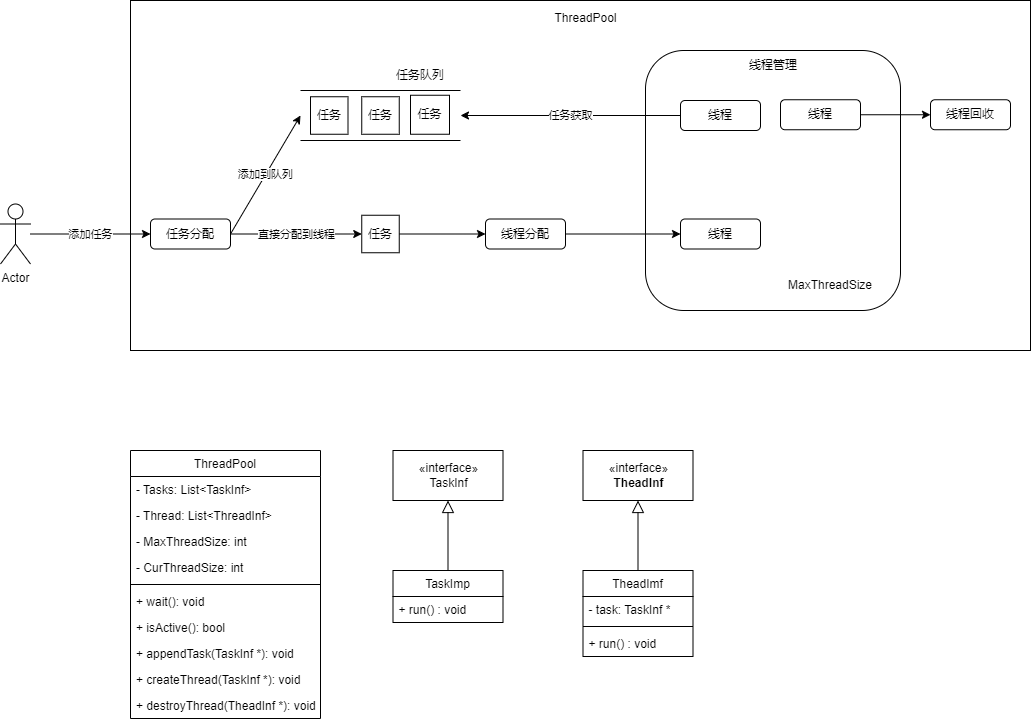
Before: doc/img/c_skill/threadpool.drawio.png, a diagram exported from draw.io (su-dd/learning). Source tidied: cells renumbered, new cells last; positions are measured from the earlier drawing's top-left corner, leaving out a move shared by most shapes. Its diagram source:
```xml
<mxGraphModel>
  <root>
    <mxCell id="0" />
    <mxCell id="1" parent="0" />
    <mxCell id="2" style="rounded=0;whiteSpace=wrap;html=1;" parent="1" vertex="1">
      <mxGeometry x="130" width="900" height="350" as="geometry" />
    </mxCell>
    <mxCell id="3" value="添加任务" style="edgeStyle=none;html=1;" parent="1" edge="1" source="4" target="10">
      <mxGeometry relative="1" as="geometry" />
    </mxCell>
    <mxCell id="4" value="Actor" style="shape=umlActor;verticalLabelPosition=bottom;verticalAlign=top;html=1;outlineConnect=0;" parent="1" vertex="1">
      <mxGeometry y="203.5" width="30" height="60" as="geometry" />
    </mxCell>
    <mxCell id="5" style="rounded=1;whiteSpace=wrap;html=1;" parent="1" vertex="1">
      <mxGeometry x="645" y="50" width="255" height="260" as="geometry" />
    </mxCell>
    <mxCell id="6" value="线程" style="rounded=1;whiteSpace=wrap;html=1;" parent="1" vertex="1">
      <mxGeometry x="680" y="100" width="80" height="30" as="geometry" />
    </mxCell>
    <mxCell id="7" value="线程" style="rounded=1;whiteSpace=wrap;html=1;" parent="1" vertex="1">
      <mxGeometry x="780" y="99.2" width="80" height="30" as="geometry" />
    </mxCell>
    <mxCell id="8" value="线程" style="rounded=1;whiteSpace=wrap;html=1;" parent="1" vertex="1">
      <mxGeometry x="680" y="218.5" width="80" height="30" as="geometry" />
    </mxCell>
    <mxCell id="9" value="线程管理" style="text;html=1;strokeColor=none;fillColor=none;align=center;verticalAlign=middle;whiteSpace=wrap;rounded=0;" parent="1" vertex="1">
      <mxGeometry x="742.5" y="50" width="60" height="30" as="geometry" />
    </mxCell>
    <mxCell id="10" value="任务分配" style="rounded=1;whiteSpace=wrap;html=1;" parent="1" vertex="1">
      <mxGeometry x="150" y="218.5" width="80" height="30" as="geometry" />
    </mxCell>
    <mxCell id="11" style="edgeStyle=none;html=1;" parent="1" edge="1" source="12" target="8">
      <mxGeometry relative="1" as="geometry" />
    </mxCell>
    <mxCell id="12" value="线程分配" style="rounded=1;whiteSpace=wrap;html=1;" parent="1" vertex="1">
      <mxGeometry x="485" y="218.5" width="80" height="30" as="geometry" />
    </mxCell>
    <mxCell id="13" style="shape=partialRectangle;whiteSpace=wrap;html=1;left=0;right=0;fillColor=none;" parent="1" vertex="1">
      <mxGeometry x="300" y="90" width="160" height="50" as="geometry" />
    </mxCell>
    <mxCell id="14" value="任务获取" style="edgeStyle=none;html=1;entryX=1;entryY=0.5;entryDx=0;entryDy=0;" parent="1" edge="1" source="6" target="13">
      <mxGeometry relative="1" as="geometry" />
    </mxCell>
    <mxCell id="15" value="添加到队列" style="edgeStyle=none;html=1;entryX=0;entryY=0.5;entryDx=0;entryDy=0;exitX=1;exitY=0.5;exitDx=0;exitDy=0;" parent="1" edge="1" source="10" target="13">
      <mxGeometry relative="1" as="geometry" />
    </mxCell>
    <mxCell id="16" value="任务队列" style="text;html=1;strokeColor=none;fillColor=none;align=center;verticalAlign=middle;whiteSpace=wrap;rounded=0;" parent="1" vertex="1">
      <mxGeometry x="390" y="60" width="60" height="30" as="geometry" />
    </mxCell>
    <mxCell id="17" value="任务" style="whiteSpace=wrap;html=1;" parent="1" vertex="1">
      <mxGeometry x="410" y="94.8" width="39" height="39" as="geometry" />
    </mxCell>
    <mxCell id="18" value="任务" style="whiteSpace=wrap;html=1;" parent="1" vertex="1">
      <mxGeometry x="361.2" y="96.2" width="37.5" height="37.5" as="geometry" />
    </mxCell>
    <mxCell id="19" value="任务" style="whiteSpace=wrap;html=1;" parent="1" vertex="1">
      <mxGeometry x="310" y="96.2" width="37.5" height="37.5" as="geometry" />
    </mxCell>
    <mxCell id="20" style="edgeStyle=none;html=1;" parent="1" edge="1" source="21" target="12">
      <mxGeometry relative="1" as="geometry" />
    </mxCell>
    <mxCell id="21" value="任务" style="whiteSpace=wrap;html=1;" parent="1" vertex="1">
      <mxGeometry x="361.2" y="214.8" width="37.5" height="37.5" as="geometry" />
    </mxCell>
    <mxCell id="22" value="直接分配到线程" style="edgeStyle=none;html=1;" parent="1" edge="1" source="10" target="21">
      <mxGeometry relative="1" as="geometry" />
    </mxCell>
    <mxCell id="23" value="MaxThreadSize" style="text;html=1;strokeColor=none;fillColor=none;align=center;verticalAlign=middle;whiteSpace=wrap;rounded=0;" parent="1" vertex="1">
      <mxGeometry x="780" y="270" width="100" height="30" as="geometry" />
    </mxCell>
    <mxCell id="24" style="edgeStyle=none;html=1;" parent="1" edge="1" source="7" target="26">
      <mxGeometry relative="1" as="geometry" />
    </mxCell>
    <mxCell id="25" value="ThreadPool" style="text;html=1;strokeColor=none;fillColor=none;align=center;verticalAlign=middle;whiteSpace=wrap;rounded=0;" parent="1" vertex="1">
      <mxGeometry x="544.5" y="7.3" width="82.9" height="21.9" as="geometry" />
    </mxCell>
    <mxCell id="26" value="线程回收" style="rounded=1;whiteSpace=wrap;html=1;" parent="1" vertex="1">
      <mxGeometry x="930" y="99.2" width="80" height="30" as="geometry" />
    </mxCell>
    <mxCell id="27" value="«interface»&lt;br&gt;TaskInf" style="html=1;" parent="1" vertex="1">
      <mxGeometry x="392.5" y="450" width="110" height="50" as="geometry" />
    </mxCell>
    <mxCell id="28" style="edgeStyle=none;html=1;endArrow=block;endFill=0;endSize=10;startSize=6;" parent="1" edge="1" source="30" target="27">
      <mxGeometry relative="1" as="geometry" />
    </mxCell>
    <mxCell id="29" value="«interface»&lt;br&gt;&lt;b&gt;TheadInf&lt;br&gt;&lt;/b&gt;" style="html=1;" parent="1" vertex="1">
      <mxGeometry x="582.5" y="450" width="110" height="50" as="geometry" />
    </mxCell>
    <mxCell id="30" value="TaskImp" style="swimlane;fontStyle=0;horizontal=1;startSize=26;fillColor=none;" parent="1" vertex="1">
      <mxGeometry x="392.5" y="570" width="110" height="52" as="geometry" />
    </mxCell>
    <mxCell id="31" value="+ run() : void" style="text;strokeColor=none;fillColor=none;align=left;verticalAlign=top;spacingLeft=4;spacingRight=4;overflow=hidden;" parent="30" vertex="1">
      <mxGeometry y="26" width="110" height="26" as="geometry" />
    </mxCell>
    <mxCell id="32" style="edgeStyle=none;html=1;endArrow=block;endFill=0;startSize=6;endSize=10;" parent="1" edge="1" source="33" target="29">
      <mxGeometry relative="1" as="geometry" />
    </mxCell>
    <mxCell id="33" value="TheadImf" style="swimlane;fontStyle=0;horizontal=1;startSize=26;fillColor=none;" parent="1" vertex="1">
      <mxGeometry x="582.5" y="570" width="110" height="86" as="geometry" />
    </mxCell>
    <mxCell id="34" value="- task: TaskInf *" style="text;strokeColor=none;fillColor=none;align=left;verticalAlign=top;spacingLeft=4;spacingRight=4;overflow=hidden;" parent="33" vertex="1">
      <mxGeometry y="26" width="110" height="26" as="geometry" />
    </mxCell>
    <mxCell id="35" style="line;strokeWidth=1;fillColor=none;align=left;verticalAlign=middle;spacingTop=-1;spacingLeft=3;spacingRight=3;labelPosition=right;strokeColor=inherit;" parent="33" vertex="1">
      <mxGeometry y="52" width="110" height="8" as="geometry" />
    </mxCell>
    <mxCell id="36" value="+ run() : void" style="text;strokeColor=none;fillColor=none;align=left;verticalAlign=top;spacingLeft=4;spacingRight=4;overflow=hidden;" parent="33" vertex="1">
      <mxGeometry y="60" width="110" height="26" as="geometry" />
    </mxCell>
    <mxCell id="37" value="ThreadPool" style="swimlane;fontStyle=0;horizontal=1;startSize=26;fillColor=none;" parent="1" vertex="1">
      <mxGeometry x="130" y="450" width="190" height="268" as="geometry" />
    </mxCell>
    <mxCell id="38" value="- Tasks: List&lt;TaskInf&gt;" style="text;strokeColor=none;fillColor=none;align=left;verticalAlign=top;spacingLeft=4;spacingRight=4;overflow=hidden;" parent="37" vertex="1">
      <mxGeometry y="26" width="190" height="26" as="geometry" />
    </mxCell>
    <mxCell id="39" value="- Thread: List&lt;ThreadInf&gt;" style="text;strokeColor=none;fillColor=none;align=left;verticalAlign=top;spacingLeft=4;spacingRight=4;overflow=hidden;" parent="37" vertex="1">
      <mxGeometry y="52" width="190" height="26" as="geometry" />
    </mxCell>
    <mxCell id="40" value="- MaxThreadSize: int" style="text;strokeColor=none;fillColor=none;align=left;verticalAlign=top;spacingLeft=4;spacingRight=4;overflow=hidden;" parent="37" vertex="1">
      <mxGeometry y="78" width="190" height="26" as="geometry" />
    </mxCell>
    <mxCell id="41" value="- CurThreadSize: int" style="text;strokeColor=none;fillColor=none;align=left;verticalAlign=top;spacingLeft=4;spacingRight=4;overflow=hidden;" parent="37" vertex="1">
      <mxGeometry y="104" width="190" height="26" as="geometry" />
    </mxCell>
    <mxCell id="42" style="line;strokeWidth=1;fillColor=none;align=left;verticalAlign=middle;spacingTop=-1;spacingLeft=3;spacingRight=3;labelPosition=right;strokeColor=inherit;" parent="37" vertex="1">
      <mxGeometry y="130" width="190" height="8" as="geometry" />
    </mxCell>
    <mxCell id="43" value="+ wait(): void " style="text;strokeColor=none;fillColor=none;align=left;verticalAlign=top;spacingLeft=4;spacingRight=4;overflow=hidden;" parent="37" vertex="1">
      <mxGeometry y="138" width="190" height="26" as="geometry" />
    </mxCell>
    <mxCell id="44" value="+ isActive(): bool" style="text;strokeColor=none;fillColor=none;align=left;verticalAlign=top;spacingLeft=4;spacingRight=4;overflow=hidden;" parent="37" vertex="1">
      <mxGeometry y="164" width="190" height="26" as="geometry" />
    </mxCell>
    <mxCell id="45" value="+ appendTask(TaskInf *): void" style="text;strokeColor=none;fillColor=none;align=left;verticalAlign=top;spacingLeft=4;spacingRight=4;overflow=hidden;" parent="37" vertex="1">
      <mxGeometry y="190" width="190" height="26" as="geometry" />
    </mxCell>
    <mxCell id="46" value="+ createThread(TaskInf *): void" style="text;strokeColor=none;fillColor=none;align=left;verticalAlign=top;spacingLeft=4;spacingRight=4;overflow=hidden;" parent="37" vertex="1">
      <mxGeometry y="216" width="190" height="26" as="geometry" />
    </mxCell>
    <mxCell id="47" value="+ destroyThread(TheadInf *): void" style="text;strokeColor=none;fillColor=none;align=left;verticalAlign=top;spacingLeft=4;spacingRight=4;overflow=hidden;" parent="37" vertex="1">
      <mxGeometry y="242" width="190" height="26" as="geometry" />
    </mxCell>
  </root>
</mxGraphModel>
```
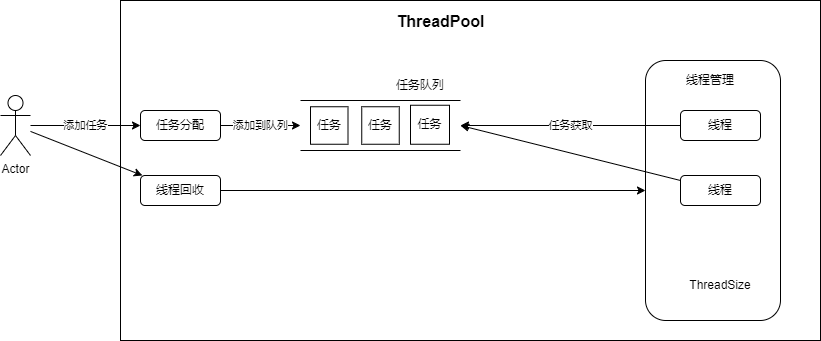
After the change.

Change to the diagram source:
```diff
@@ -3,38 +3,35 @@
     <mxCell id="0" />
     <mxCell id="1" parent="0" />
     <mxCell id="2" style="rounded=0;whiteSpace=wrap;html=1;" parent="1" vertex="1">
-      <mxGeometry x="130" width="900" height="350" as="geometry" />
+      <mxGeometry x="120" y="-10" width="700" height="340" as="geometry" />
     </mxCell>
     <mxCell id="3" value="添加任务" style="edgeStyle=none;html=1;" parent="1" edge="1" source="4" target="10">
       <mxGeometry relative="1" as="geometry" />
     </mxCell>
+    <mxCell id="48" style="edgeStyle=none;html=1;" parent="1" edge="1" source="4" target="26">
+      <mxGeometry relative="1" as="geometry" />
+    </mxCell>
     <mxCell id="4" value="Actor" style="shape=umlActor;verticalLabelPosition=bottom;verticalAlign=top;html=1;outlineConnect=0;" parent="1" vertex="1">
-      <mxGeometry y="203.5" width="30" height="60" as="geometry" />
+      <mxGeometry y="85" width="30" height="60" as="geometry" />
     </mxCell>
     <mxCell id="5" style="rounded=1;whiteSpace=wrap;html=1;" parent="1" vertex="1">
-      <mxGeometry x="645" y="50" width="255" height="260" as="geometry" />
+      <mxGeometry x="645" y="50" width="135" height="260" as="geometry" />
     </mxCell>
     <mxCell id="6" value="线程" style="rounded=1;whiteSpace=wrap;html=1;" parent="1" vertex="1">
       <mxGeometry x="680" y="100" width="80" height="30" as="geometry" />
     </mxCell>
-    <mxCell id="7" value="线程" style="rounded=1;whiteSpace=wrap;html=1;" parent="1" vertex="1">
-      <mxGeometry x="780" y="99.2" width="80" height="30" as="geometry" />
-    </mxCell>
+    <mxCell id="35" style="edgeStyle=none;html=1;entryX=1;entryY=0.5;entryDx=0;entryDy=0;" parent="1" edge="1" source="8" target="13">
+      <mxGeometry relative="1" as="geometry" />
+    </mxCell>
     <mxCell id="8" value="线程" style="rounded=1;whiteSpace=wrap;html=1;" parent="1" vertex="1">
-      <mxGeometry x="680" y="218.5" width="80" height="30" as="geometry" />
+      <mxGeometry x="680" y="165" width="80" height="30" as="geometry" />
     </mxCell>
     <mxCell id="9" value="线程管理" style="text;html=1;strokeColor=none;fillColor=none;align=center;verticalAlign=middle;whiteSpace=wrap;rounded=0;" parent="1" vertex="1">
-      <mxGeometry x="742.5" y="50" width="60" height="30" as="geometry" />
+      <mxGeometry x="680" y="55" width="60" height="30" as="geometry" />
     </mxCell>
     <mxCell id="10" value="任务分配" style="rounded=1;whiteSpace=wrap;html=1;" parent="1" vertex="1">
-      <mxGeometry x="150" y="218.5" width="80" height="30" as="geometry" />
+      <mxGeometry x="140" y="100" width="80" height="30" as="geometry" />
     </mxCell>
-    <mxCell id="11" style="edgeStyle=none;html=1;" parent="1" edge="1" source="12" target="8">
-      <mxGeometry relative="1" as="geometry" />
-    </mxCell>
-    <mxCell id="12" value="线程分配" style="rounded=1;whiteSpace=wrap;html=1;" parent="1" vertex="1">
-      <mxGeometry x="485" y="218.5" width="80" height="30" as="geometry" />
-    </mxCell>
     <mxCell id="13" style="shape=partialRectangle;whiteSpace=wrap;html=1;left=0;right=0;fillColor=none;" parent="1" vertex="1">
       <mxGeometry x="300" y="90" width="160" height="50" as="geometry" />
     </mxCell>
@@ -56,89 +53,17 @@
     <mxCell id="19" value="任务" style="whiteSpace=wrap;html=1;" parent="1" vertex="1">
       <mxGeometry x="310" y="96.2" width="37.5" height="37.5" as="geometry" />
     </mxCell>
-    <mxCell id="20" style="edgeStyle=none;html=1;" parent="1" edge="1" source="21" target="12">
-      <mxGeometry relative="1" as="geometry" />
-    </mxCell>
-    <mxCell id="21" value="任务" style="whiteSpace=wrap;html=1;" parent="1" vertex="1">
-      <mxGeometry x="361.2" y="214.8" width="37.5" height="37.5" as="geometry" />
-    </mxCell>
-    <mxCell id="22" value="直接分配到线程" style="edgeStyle=none;html=1;" parent="1" edge="1" source="10" target="21">
-      <mxGeometry relative="1" as="geometry" />
-    </mxCell>
-    <mxCell id="23" value="MaxThreadSize" style="text;html=1;strokeColor=none;fillColor=none;align=center;verticalAlign=middle;whiteSpace=wrap;rounded=0;" parent="1" vertex="1">
-      <mxGeometry x="780" y="270" width="100" height="30" as="geometry" />
+    <mxCell id="23" value="ThreadSize" style="text;html=1;strokeColor=none;fillColor=none;align=center;verticalAlign=middle;whiteSpace=wrap;rounded=0;" parent="1" vertex="1">
+      <mxGeometry x="670" y="260" width="100" height="30" as="geometry" />
     </mxCell>
-    <mxCell id="24" style="edgeStyle=none;html=1;" parent="1" edge="1" source="7" target="26">
-      <mxGeometry relative="1" as="geometry" />
-    </mxCell>
-    <mxCell id="25" value="ThreadPool" style="text;html=1;strokeColor=none;fillColor=none;align=center;verticalAlign=middle;whiteSpace=wrap;rounded=0;" parent="1" vertex="1">
-      <mxGeometry x="544.5" y="7.3" width="82.9" height="21.9" as="geometry" />
+    <mxCell id="25" value="ThreadPool" style="text;html=1;strokeColor=none;fillColor=none;align=center;verticalAlign=middle;whiteSpace=wrap;rounded=0;fontStyle=1;fontSize=16;" parent="1" vertex="1">
+      <mxGeometry x="398.8" width="82.9" height="21.9" as="geometry" />
     </mxCell>
+    <mxCell id="49" style="edgeStyle=none;html=1;" parent="1" edge="1" source="26" target="5">
+      <mxGeometry relative="1" as="geometry" />
+    </mxCell>
     <mxCell id="26" value="线程回收" style="rounded=1;whiteSpace=wrap;html=1;" parent="1" vertex="1">
-      <mxGeometry x="930" y="99.2" width="80" height="30" as="geometry" />
+      <mxGeometry x="140" y="165" width="80" height="30" as="geometry" />
     </mxCell>
-    <mxCell id="27" value="«interface»&lt;br&gt;TaskInf" style="html=1;" parent="1" vertex="1">
-      <mxGeometry x="392.5" y="450" width="110" height="50" as="geometry" />
-    </mxCell>
-    <mxCell id="28" style="edgeStyle=none;html=1;endArrow=block;endFill=0;endSize=10;startSize=6;" parent="1" edge="1" source="30" target="27">
-      <mxGeometry relative="1" as="geometry" />
-    </mxCell>
-    <mxCell id="29" value="«interface»&lt;br&gt;&lt;b&gt;TheadInf&lt;br&gt;&lt;/b&gt;" style="html=1;" parent="1" vertex="1">
-      <mxGeometry x="582.5" y="450" width="110" height="50" as="geometry" />
-    </mxCell>
-    <mxCell id="30" value="TaskImp" style="swimlane;fontStyle=0;horizontal=1;startSize=26;fillColor=none;" parent="1" vertex="1">
-      <mxGeometry x="392.5" y="570" width="110" height="52" as="geometry" />
-    </mxCell>
-    <mxCell id="31" value="+ run() : void" style="text;strokeColor=none;fillColor=none;align=left;verticalAlign=top;spacingLeft=4;spacingRight=4;overflow=hidden;" parent="30" vertex="1">
-      <mxGeometry y="26" width="110" height="26" as="geometry" />
-    </mxCell>
-    <mxCell id="32" style="edgeStyle=none;html=1;endArrow=block;endFill=0;startSize=6;endSize=10;" parent="1" edge="1" source="33" target="29">
-      <mxGeometry relative="1" as="geometry" />
-    </mxCell>
-    <mxCell id="33" value="TheadImf" style="swimlane;fontStyle=0;horizontal=1;startSize=26;fillColor=none;" parent="1" vertex="1">
-      <mxGeometry x="582.5" y="570" width="110" height="86" as="geometry" />
-    </mxCell>
-    <mxCell id="34" value="- task: TaskInf *" style="text;strokeColor=none;fillColor=none;align=left;verticalAlign=top;spacingLeft=4;spacingRight=4;overflow=hidden;" parent="33" vertex="1">
-      <mxGeometry y="26" width="110" height="26" as="geometry" />
-    </mxCell>
-    <mxCell id="35" style="line;strokeWidth=1;fillColor=none;align=left;verticalAlign=middle;spacingTop=-1;spacingLeft=3;spacingRight=3;labelPosition=right;strokeColor=inherit;" parent="33" vertex="1">
-      <mxGeometry y="52" width="110" height="8" as="geometry" />
-    </mxCell>
-    <mxCell id="36" value="+ run() : void" style="text;strokeColor=none;fillColor=none;align=left;verticalAlign=top;spacingLeft=4;spacingRight=4;overflow=hidden;" parent="33" vertex="1">
-      <mxGeometry y="60" width="110" height="26" as="geometry" />
-    </mxCell>
-    <mxCell id="37" value="ThreadPool" style="swimlane;fontStyle=0;horizontal=1;startSize=26;fillColor=none;" parent="1" vertex="1">
-      <mxGeometry x="130" y="450" width="190" height="268" as="geometry" />
-    </mxCell>
-    <mxCell id="38" value="- Tasks: List&lt;TaskInf&gt;" style="text;strokeColor=none;fillColor=none;align=left;verticalAlign=top;spacingLeft=4;spacingRight=4;overflow=hidden;" parent="37" vertex="1">
-      <mxGeometry y="26" width="190" height="26" as="geometry" />
-    </mxCell>
-    <mxCell id="39" value="- Thread: List&lt;ThreadInf&gt;" style="text;strokeColor=none;fillColor=none;align=left;verticalAlign=top;spacingLeft=4;spacingRight=4;overflow=hidden;" parent="37" vertex="1">
-      <mxGeometry y="52" width="190" height="26" as="geometry" />
-    </mxCell>
-    <mxCell id="40" value="- MaxThreadSize: int" style="text;strokeColor=none;fillColor=none;align=left;verticalAlign=top;spacingLeft=4;spacingRight=4;overflow=hidden;" parent="37" vertex="1">
-      <mxGeometry y="78" width="190" height="26" as="geometry" />
-    </mxCell>
-    <mxCell id="41" value="- CurThreadSize: int" style="text;strokeColor=none;fillColor=none;align=left;verticalAlign=top;spacingLeft=4;spacingRight=4;overflow=hidden;" parent="37" vertex="1">
-      <mxGeometry y="104" width="190" height="26" as="geometry" />
-    </mxCell>
-    <mxCell id="42" style="line;strokeWidth=1;fillColor=none;align=left;verticalAlign=middle;spacingTop=-1;spacingLeft=3;spacingRight=3;labelPosition=right;strokeColor=inherit;" parent="37" vertex="1">
-      <mxGeometry y="130" width="190" height="8" as="geometry" />
-    </mxCell>
-    <mxCell id="43" value="+ wait(): void " style="text;strokeColor=none;fillColor=none;align=left;verticalAlign=top;spacingLeft=4;spacingRight=4;overflow=hidden;" parent="37" vertex="1">
-      <mxGeometry y="138" width="190" height="26" as="geometry" />
-    </mxCell>
-    <mxCell id="44" value="+ isActive(): bool" style="text;strokeColor=none;fillColor=none;align=left;verticalAlign=top;spacingLeft=4;spacingRight=4;overflow=hidden;" parent="37" vertex="1">
-      <mxGeometry y="164" width="190" height="26" as="geometry" />
-    </mxCell>
-    <mxCell id="45" value="+ appendTask(TaskInf *): void" style="text;strokeColor=none;fillColor=none;align=left;verticalAlign=top;spacingLeft=4;spacingRight=4;overflow=hidden;" parent="37" vertex="1">
-      <mxGeometry y="190" width="190" height="26" as="geometry" />
-    </mxCell>
-    <mxCell id="46" value="+ createThread(TaskInf *): void" style="text;strokeColor=none;fillColor=none;align=left;verticalAlign=top;spacingLeft=4;spacingRight=4;overflow=hidden;" parent="37" vertex="1">
-      <mxGeometry y="216" width="190" height="26" as="geometry" />
-    </mxCell>
-    <mxCell id="47" value="+ destroyThread(TheadInf *): void" style="text;strokeColor=none;fillColor=none;align=left;verticalAlign=top;spacingLeft=4;spacingRight=4;overflow=hidden;" parent="37" vertex="1">
-      <mxGeometry y="242" width="190" height="26" as="geometry" />
-    </mxCell>
   </root>
 </mxGraphModel>
```
